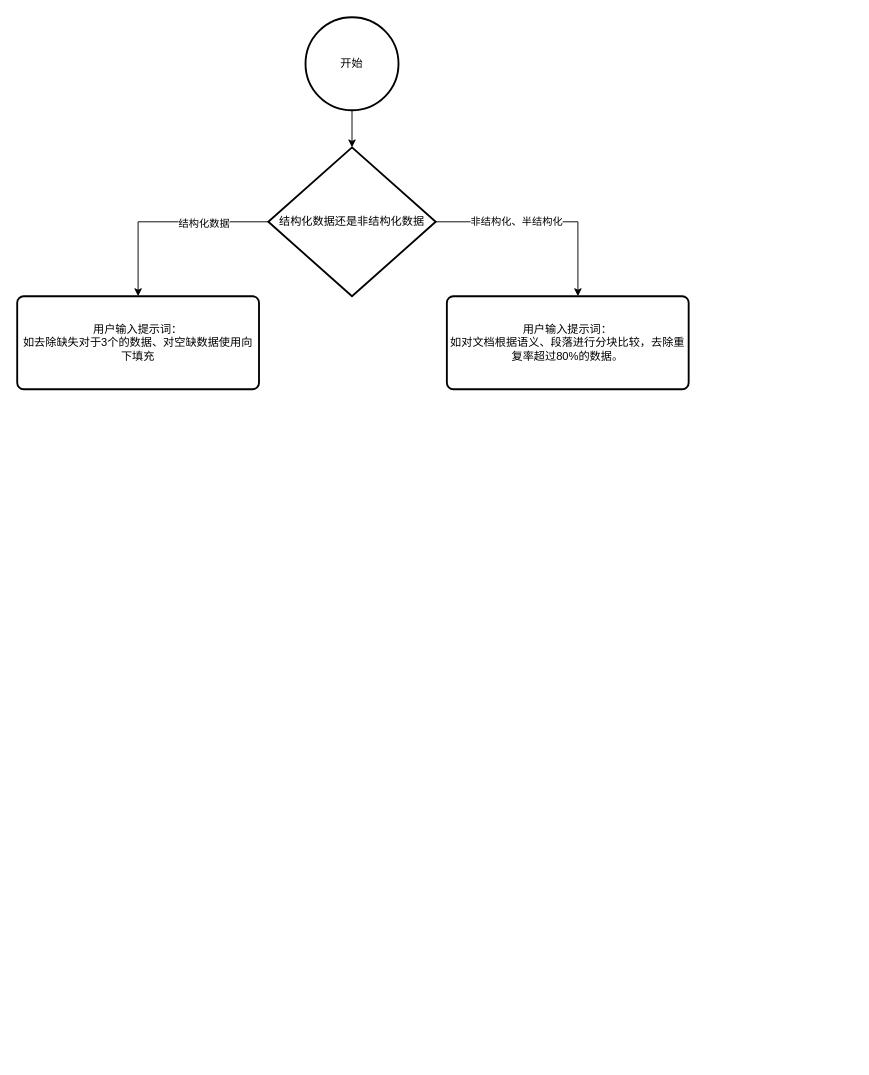
Above: 创新点2.drawio in zhuyijing/pics (draw.io), before the change. Source tidied: cells renumbered, new cells numbered last; positions are measured from the earlier drawing's top-left corner, leaving out a move shared by most shapes. Both pictures are drawn from the tidied source at 93%, with x=0, y=0 at pixel (17, 17).
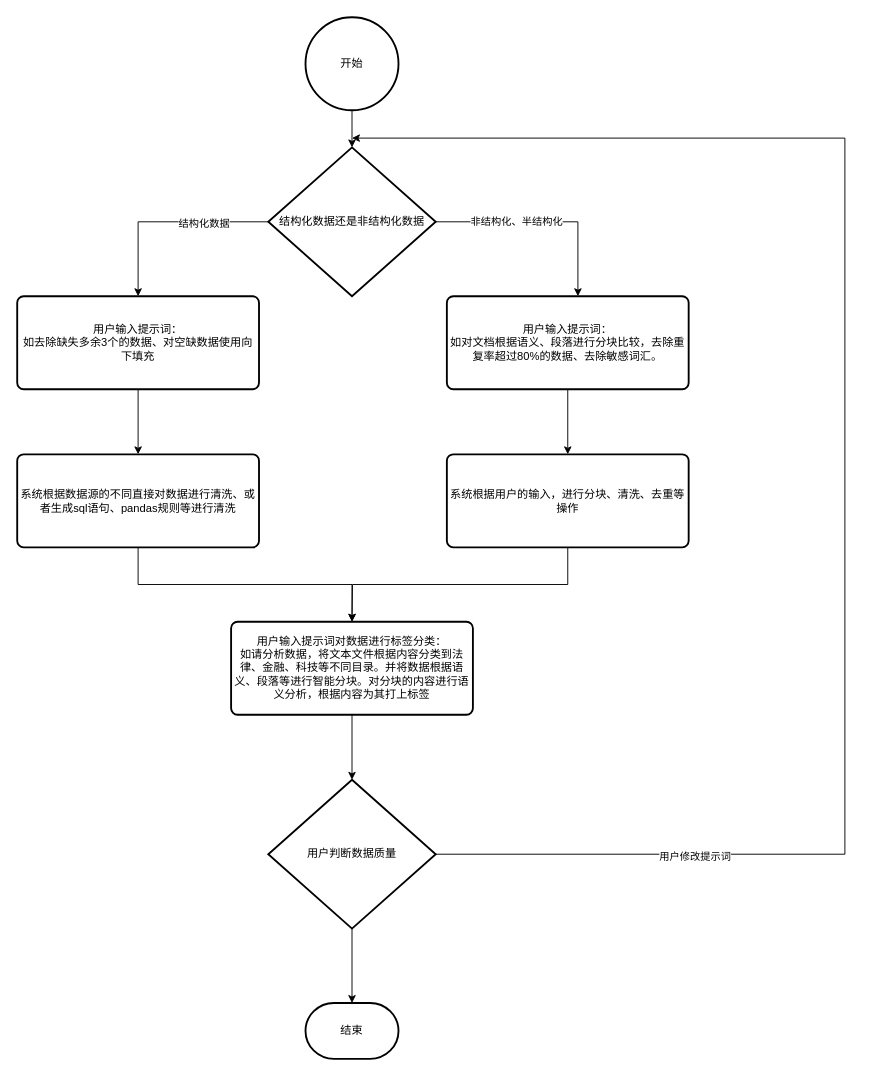
After the change.

Commit message:
更新创新点2.drawio

Change to the diagram source:
```diff
@@
+    <mxCell id="11" style="edgeStyle=orthogonalEdgeStyle;rounded=0;jettySize=auto;html=1;exitX=0.5;exitY=1;exitDx=0;exitDy=0;" parent="1" edge="1" source="7" target="14">
+      <mxGeometry relative="1" as="geometry" />
+    </mxCell>
-    <mxCell id="7" value="用户输入提示词：&lt;br&gt;如去除缺失对于3个的数据、对空缺数据使用向下填充" style="rounded=1;whiteSpace=wrap;html=1;absoluteArcSize=1;arcSize=14;strokeWidth=2;" parent="1" vertex="1">
+    <mxCell id="7" value="用户输入提示词：&lt;br&gt;如去除缺失多余3个的数据、对空缺数据使用向下填充" style="rounded=1;whiteSpace=wrap;html=1;absoluteArcSize=1;arcSize=14;strokeWidth=2;" parent="1" vertex="1">
       <mxGeometry y="300" width="260" height="100" as="geometry" />
     </mxCell>
+    <mxCell id="12" style="edgeStyle=orthogonalEdgeStyle;rounded=0;jettySize=auto;html=1;exitX=0.5;exitY=1;exitDx=0;exitDy=0;" parent="1" edge="1" source="8" target="16">
+      <mxGeometry relative="1" as="geometry" />
+    </mxCell>
-    <mxCell id="8" value="用户输入提示词：&lt;br&gt;如对文档根据语义、段落进行分块比较，去除重复率超过80%的数据。" style="rounded=1;whiteSpace=wrap;html=1;absoluteArcSize=1;arcSize=14;strokeWidth=2;" parent="1" vertex="1">
+    <mxCell id="8" value="用户输入提示词：&lt;br&gt;如对文档根据语义、段落进行分块比较，去除重复率超过80%的数据、去除敏感词汇。" style="rounded=1;whiteSpace=wrap;html=1;absoluteArcSize=1;arcSize=14;strokeWidth=2;" parent="1" vertex="1">
       <mxGeometry x="462" y="300" width="260" height="100" as="geometry" />
     </mxCell>
@@
+    <mxCell id="13" style="edgeStyle=orthogonalEdgeStyle;rounded=0;jettySize=auto;html=1;exitX=0.5;exitY=1;exitDx=0;exitDy=0;entryX=0.5;entryY=0;entryDx=0;entryDy=0;" parent="1" edge="1" source="14" target="17">
+      <mxGeometry relative="1" as="geometry" />
+    </mxCell>
+    <mxCell id="14" value="系统根据数据源的不同直接对数据进行清洗、或者生成sql语句、pandas规则等进行清洗" style="rounded=1;whiteSpace=wrap;html=1;absoluteArcSize=1;arcSize=14;strokeWidth=2;" parent="1" vertex="1">
+      <mxGeometry y="470" width="260" height="100" as="geometry" />
+    </mxCell>
+    <mxCell id="15" style="edgeStyle=orthogonalEdgeStyle;rounded=0;jettySize=auto;html=1;exitX=0.5;exitY=1;exitDx=0;exitDy=0;" parent="1" edge="1" source="16">
+      <mxGeometry relative="1" as="geometry">
+        <mxPoint x="360" y="650" as="targetPoint" />
+      </mxGeometry>
+    </mxCell>
+    <mxCell id="16" value="系统根据用户的输入，进行分块、清洗、去重等操作" style="rounded=1;whiteSpace=wrap;html=1;absoluteArcSize=1;arcSize=14;strokeWidth=2;" parent="1" vertex="1">
+      <mxGeometry x="462" y="470" width="260" height="100" as="geometry" />
+    </mxCell>
+    <mxCell id="17" value="用户输入提示词对数据进行标签分类：&lt;div&gt;如请分析数据，将文本文件根据内容分类到法律、金融、科技等不同目录。并将数据根据语义、段落等进行智能分块。对分块的内容进行语义分析，根据内容为其打上标签&lt;/div&gt;" style="rounded=1;whiteSpace=wrap;html=1;absoluteArcSize=1;arcSize=14;strokeWidth=2;" parent="1" vertex="1">
+      <mxGeometry x="230" y="650" width="260" height="100" as="geometry" />
+    </mxCell>
+    <mxCell id="18" style="edgeStyle=orthogonalEdgeStyle;rounded=0;jettySize=auto;html=1;exitX=1;exitY=0.5;exitDx=0;exitDy=0;exitPerimeter=0;" parent="1" edge="1" source="20">
+      <mxGeometry relative="1" as="geometry">
+        <mxPoint x="360" y="130" as="targetPoint" />
+        <Array as="points">
+          <mxPoint x="890" y="900" />
+          <mxPoint x="890" y="130" />
+        </Array>
+      </mxGeometry>
+    </mxCell>
+    <mxCell id="19" value="用户修改提示词" style="edgeLabel;html=1;align=center;verticalAlign=middle;" parent="18" vertex="1">
+      <mxGeometry x="-0.68" y="-2" relative="1" as="geometry" />
+    </mxCell>
+    <mxCell id="20" value="用户判断数据质量" style="strokeWidth=2;html=1;shape=mxgraph.flowchart.decision;whiteSpace=wrap;" parent="1" vertex="1">
+      <mxGeometry x="270" y="820" width="180" height="160" as="geometry" />
+    </mxCell>
+    <mxCell id="21" style="edgeStyle=orthogonalEdgeStyle;rounded=0;jettySize=auto;html=1;exitX=0.5;exitY=1;exitDx=0;exitDy=0;entryX=0.5;entryY=0;entryDx=0;entryDy=0;entryPerimeter=0;" parent="1" edge="1" source="17" target="20">
+      <mxGeometry relative="1" as="geometry" />
+    </mxCell>
+    <mxCell id="22" value="结束" style="strokeWidth=2;html=1;shape=mxgraph.flowchart.terminator;whiteSpace=wrap;" parent="1" vertex="1">
+      <mxGeometry x="310" y="1060" width="100" height="60" as="geometry" />
+    </mxCell>
+    <mxCell id="23" style="edgeStyle=orthogonalEdgeStyle;rounded=0;jettySize=auto;html=1;exitX=0.5;exitY=1;exitDx=0;exitDy=0;exitPerimeter=0;entryX=0.5;entryY=0;entryDx=0;entryDy=0;entryPerimeter=0;" parent="1" edge="1" source="20" target="22">
+      <mxGeometry relative="1" as="geometry" />
+    </mxCell>
```
